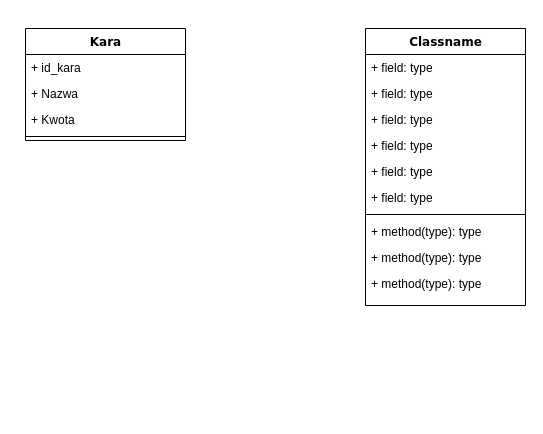
The draw.io diagram Hotel California.drawio in DemskyiDm/Horyzont, before the edit. Source tidied: cells renumbered, new cells numbered last; positions are measured from the earlier drawing's top-left corner, leaving out a move shared by most shapes. Both pictures are drawn from the tidied source at 100%, with x=0, y=0 at pixel (25, 28).
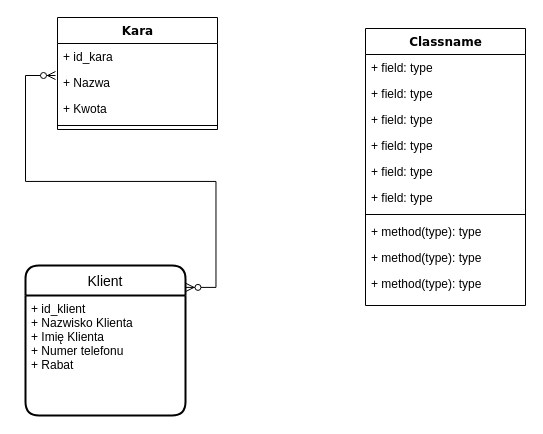
Above is the later version.

Change to the diagram source:
```diff
@@
     <mxCell id="2" value="Kara" style="swimlane;html=1;fontStyle=1;align=center;verticalAlign=top;horizontal=1;startSize=26;swimlaneFillColor=#ffffff;rounded=0;shadow=0;comic=0;labelBackgroundColor=none;strokeWidth=1;fillColor=none;fontFamily=Verdana;fontSize=12;" parent="1" vertex="1">
-      <mxGeometry width="160" height="112" as="geometry" />
+      <mxGeometry x="32" y="-11" width="160" height="112" as="geometry" />
     </mxCell>
@@
+    <mxCell id="18" value="Klient" style="swimlane;horizontal=1;startSize=30;rounded=1;fontSize=14;fontStyle=0;strokeWidth=2;shadow=0;dashed=0;align=center;" parent="1" vertex="1">
+      <mxGeometry y="237" width="160" height="150" as="geometry" />
+    </mxCell>
+    <mxCell id="19" value="+ id_klient&#10;+ Nazwisko Klienta&#10;+ Imię Klienta&#10;+ Numer telefonu&#10;+ Rabat" style="align=left;strokeColor=none;fillColor=none;spacingLeft=4;fontSize=12;verticalAlign=top;" parent="18" vertex="1">
+      <mxGeometry y="30" width="160" height="120" as="geometry" />
+    </mxCell>
+    <mxCell id="20" style="edgeStyle=entityRelationEdgeStyle;fontSize=12;html=1;endArrow=ERzeroToMany;endFill=1;startArrow=ERzeroToMany;rounded=0;exitX=1.003;exitY=0.146;exitDx=0;exitDy=0;exitPerimeter=0;" parent="1" edge="1" source="18">
+      <mxGeometry relative="1" as="geometry">
+        <mxPoint x="30" y="47" as="targetPoint" />
+      </mxGeometry>
+    </mxCell>
```
